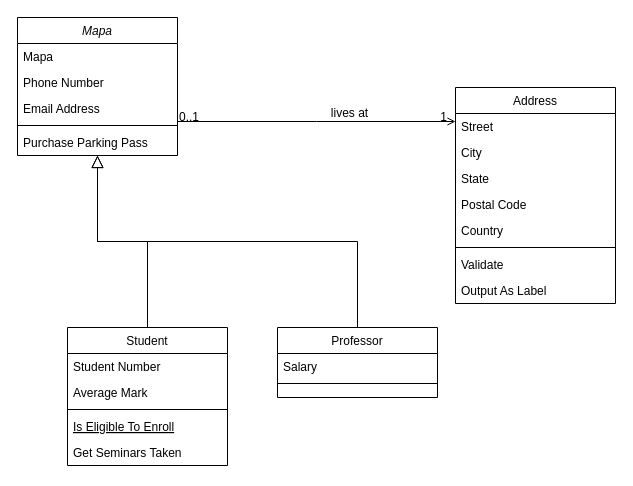
GabsRMartins/Trabalho-final-PDS2 keeps this draw.io diagram as Diagrama sem nome.drawio. Above is the earlier version. Source tidied: cells renumbered, new cells numbered last; positions are measured from the earlier drawing's top-left corner, leaving out a move shared by most shapes. Both pictures are drawn from the tidied source at 100%, with x=0, y=0 at pixel (17, 17).
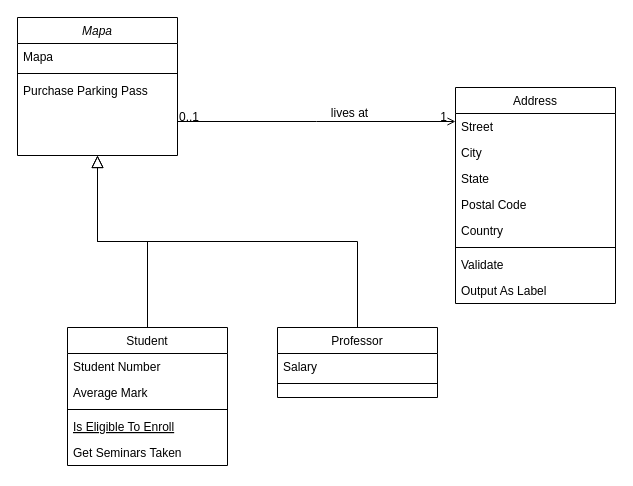
The same page after the edit.

The change refers to these unchanged cells:
```xml
<mxCell id="2" value="Mapa" style="swimlane;fontStyle=2;align=center;verticalAlign=top;horizontal=1;startSize=26;rounded=0;shadow=0;strokeWidth=1;" parent="1" vertex="1">
  <mxGeometry width="160" height="138" as="geometry" />
</mxCell>
```

Change to the diagram source:
```diff
@@
-    <mxCell id="4" value="Phone Number" style="text;align=left;verticalAlign=top;spacingLeft=4;spacingRight=4;overflow=hidden;rounded=0;shadow=0;html=0;" parent="2" vertex="1">
-      <mxGeometry y="52" width="160" height="26" as="geometry" />
-    </mxCell>
-    <mxCell id="5" value="Email Address" style="text;align=left;verticalAlign=top;spacingLeft=4;spacingRight=4;overflow=hidden;rounded=0;shadow=0;html=0;" parent="2" vertex="1">
-      <mxGeometry y="78" width="160" height="26" as="geometry" />
-    </mxCell>
     <mxCell id="6" style="line;html=1;strokeWidth=1;align=left;verticalAlign=middle;spacingTop=-1;spacingLeft=3;spacingRight=3;labelPosition=right;" parent="2" vertex="1">
-      <mxGeometry y="104" width="160" height="8" as="geometry" />
+      <mxGeometry y="52" width="160" height="8" as="geometry" />
     </mxCell>
     <mxCell id="7" value="Purchase Parking Pass" style="text;align=left;verticalAlign=top;spacingLeft=4;spacingRight=4;overflow=hidden;" parent="2" vertex="1">
-      <mxGeometry y="112" width="160" height="26" as="geometry" />
+      <mxGeometry y="60" width="160" height="26" as="geometry" />
     </mxCell>
```
